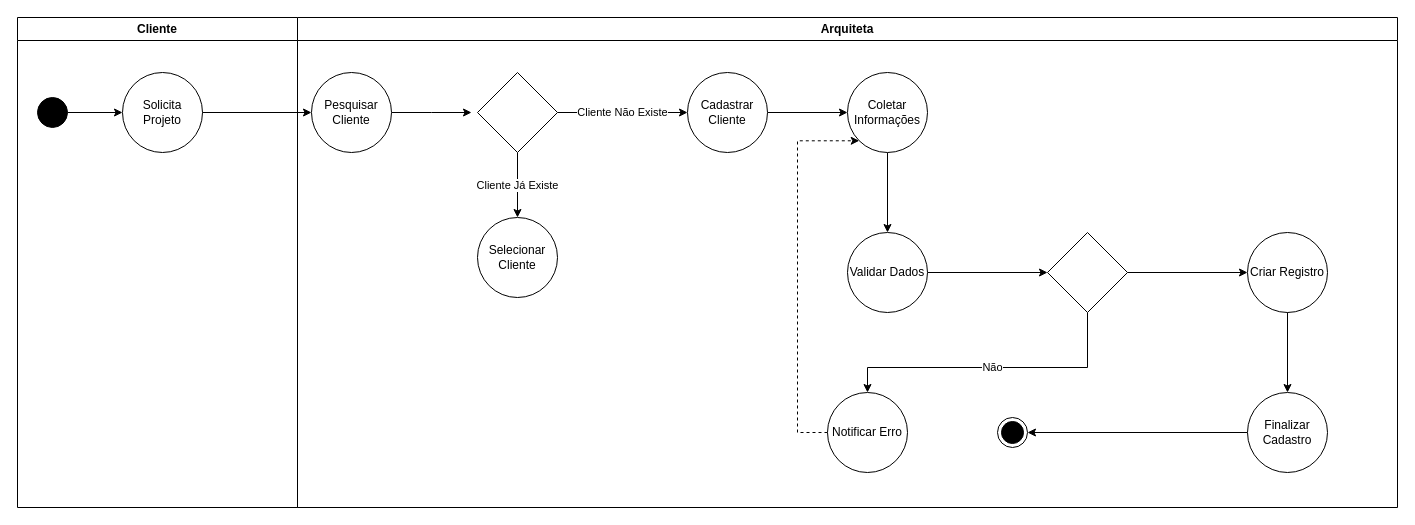
Before: page "DiagramaAtividades" (1 of 2) of Diagramas/CadastrarClientesAtividades.drawio in gabsdnker/ES-I, a draw.io diagram. Source tidied: cells renumbered, new cells numbered last; positions are measured from the earlier drawing's top-left corner, leaving out a move shared by most shapes. Both pictures are drawn from the tidied source at 100%, with x=0, y=0 at pixel (17, 17).
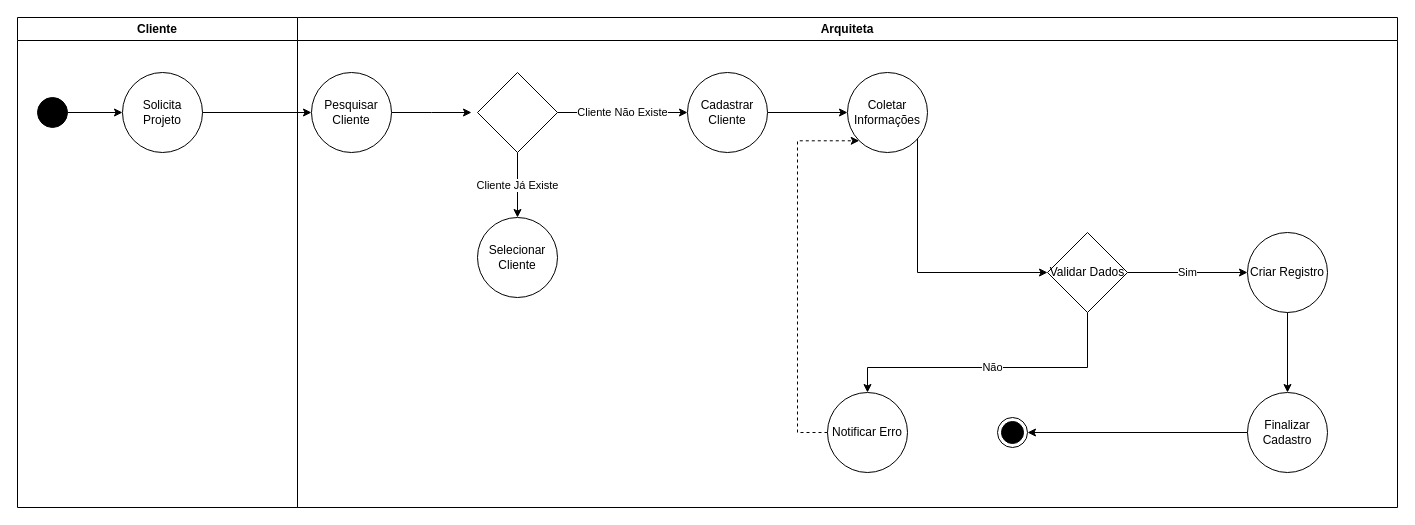
The same diagram, later.

The change refers to these unchanged cells:
```xml
<mxCell id="6" value="Arquiteta" style="swimlane;whiteSpace=wrap;html=1;" parent="1" vertex="1">
  <mxGeometry x="280" width="1100" height="490" as="geometry" />
</mxCell>
<mxCell id="16" value="Coletar Informações" style="ellipse;whiteSpace=wrap;html=1;" parent="6" vertex="1">
  <mxGeometry x="550" y="55" width="80" height="80" as="geometry" />
</mxCell>
<mxCell id="23" value="Criar Registro" style="ellipse;whiteSpace=wrap;html=1;" parent="6" vertex="1">
  <mxGeometry x="950" y="215" width="80" height="80" as="geometry" />
</mxCell>
```

Change to the diagram source:
```diff
@@
-    <mxCell id="15" style="edgeStyle=orthogonalEdgeStyle;rounded=0;jettySize=auto;html=1;" parent="6" edge="1" source="16" target="18">
-      <mxGeometry relative="1" as="geometry" />
+    <mxCell id="15" style="edgeStyle=orthogonalEdgeStyle;rounded=0;jettySize=auto;html=1;entryX=0;entryY=0.5;entryDx=0;entryDy=0;" parent="6" edge="1" target="20">
+      <mxGeometry relative="1" as="geometry">
+        <mxPoint x="620" y="110" as="sourcePoint" />
+        <Array as="points">
+          <mxPoint x="620" y="255" />
+        </Array>
+      </mxGeometry>
     </mxCell>
@@
-    <mxCell id="17" style="edgeStyle=orthogonalEdgeStyle;rounded=0;jettySize=auto;html=1;" parent="6" edge="1" source="18" target="20">
-      <mxGeometry relative="1" as="geometry" />
-    </mxCell>
-    <mxCell id="18" value="Validar Dados" style="ellipse;whiteSpace=wrap;html=1;" parent="6" vertex="1">
-      <mxGeometry x="550" y="215" width="80" height="80" as="geometry" />
-    </mxCell>
@@
-    <mxCell id="20" style="rhombus;whiteSpace=wrap;html=1;" parent="6" vertex="1">
+    <mxCell id="20" value="Validar Dados" style="rhombus;whiteSpace=wrap;html=1;" parent="6" vertex="1">
       <mxGeometry x="750" y="215" width="80" height="80" as="geometry" />
     </mxCell>
@@
-    <mxCell id="24" style="edgeStyle=orthogonalEdgeStyle;rounded=0;jettySize=auto;html=1;" parent="6" edge="1" source="20" target="23">
+    <mxCell id="24" value="Sim" style="edgeStyle=orthogonalEdgeStyle;rounded=0;jettySize=auto;html=1;" parent="6" edge="1" source="20" target="23">
       <mxGeometry relative="1" as="geometry" />
     </mxCell>
```
